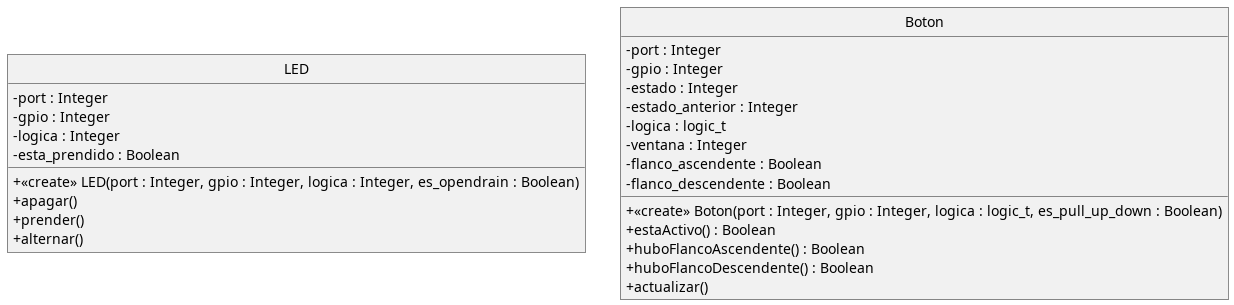
Before: img/diagrama-clases.png, a diagram exported from PlantUML (tute-avalos/antirebote-ventana-libopencm3).
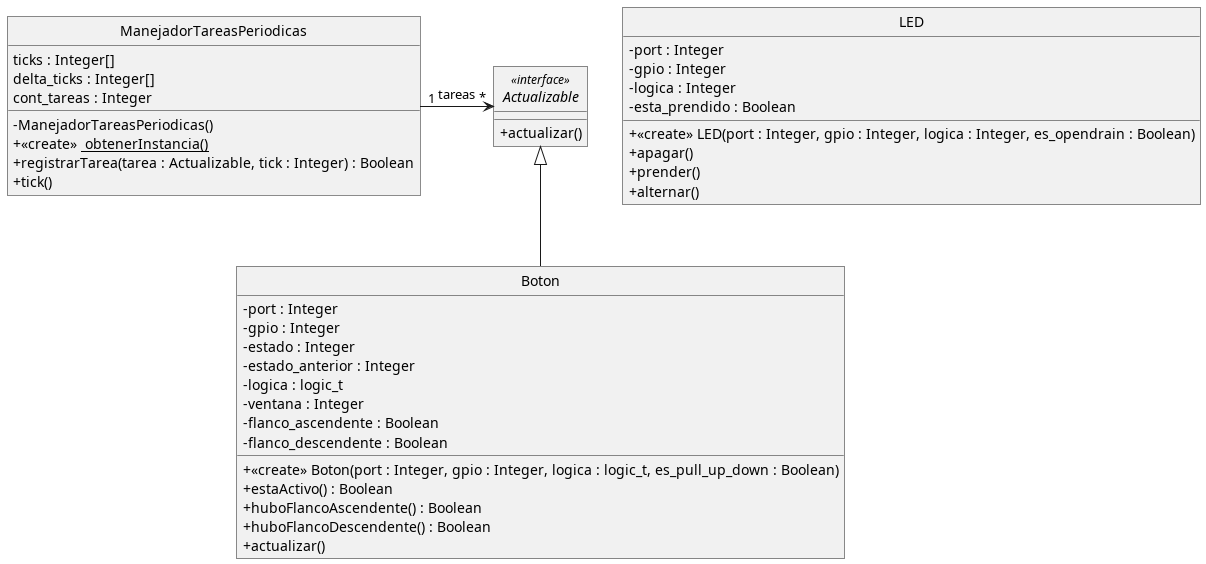
After the commit.

What changed in the source:
```diff
@@ -17,6 +17,10 @@
   + alternar()
 }
 
+Interface Actualizable <<interface>> {
+  + actualizar()
+}
+
 Class Boton {
   - port : Integer
   - gpio : Integer
@@ -33,4 +37,16 @@
   + actualizar()
 }
 
+Class ManejadorTareasPeriodicas {
+  ticks : Integer[]
+  delta_ticks : Integer[]
+  cont_tareas : Integer
+  - ManejadorTareasPeriodicas()
+  + <<create>> <u> obtenerInstancia()</u>
+  + registrarTarea(tarea : Actualizable, tick : Integer) : Boolean
+  + tick()
+}
+
+Actualizable <|-- Boton
+ManejadorTareasPeriodicas "1" -> "*" Actualizable : tareas
 @enduml
```
